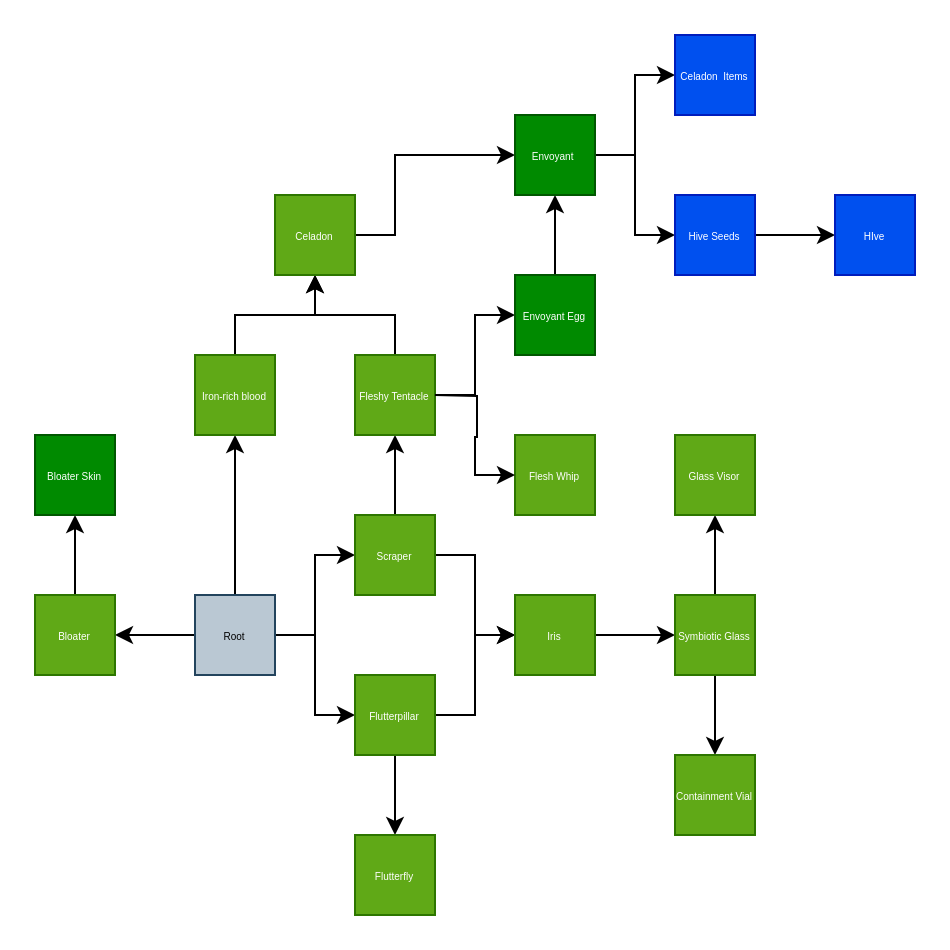
Earlier version of the draw.io diagram map.drawio (asdru22/symbiote). Source tidied: cells renumbered, new cells numbered last; positions are measured from the earlier drawing's top-left corner, leaving out a move shared by most shapes. Both pictures are drawn from the tidied source at 200%, with x=0, y=0 at pixel (34, 34).
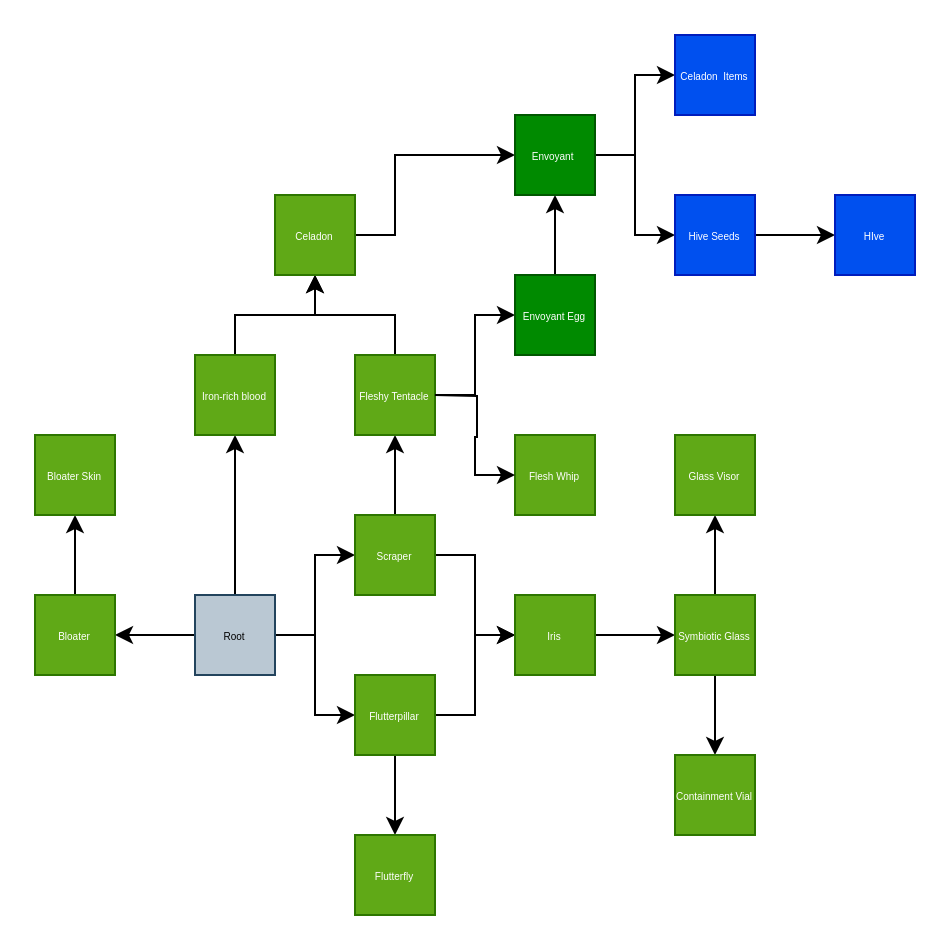
Above is the later version.

What changed in the source:
```diff
@@
-    <mxCell id="40" value="Bloater Skin" style="rounded=0;whiteSpace=wrap;html=1;fontSize=5;fillColor=#008a00;fontColor=#ffffff;strokeColor=#005700;" parent="1" vertex="1">
+    <mxCell id="40" value="Bloater Skin" style="rounded=0;whiteSpace=wrap;html=1;fontSize=5;fillColor=#60a917;fontColor=#ffffff;strokeColor=#2D7600;" parent="1" vertex="1">
       <mxGeometry y="200" width="40" height="40" as="geometry" />
     </mxCell>
```
